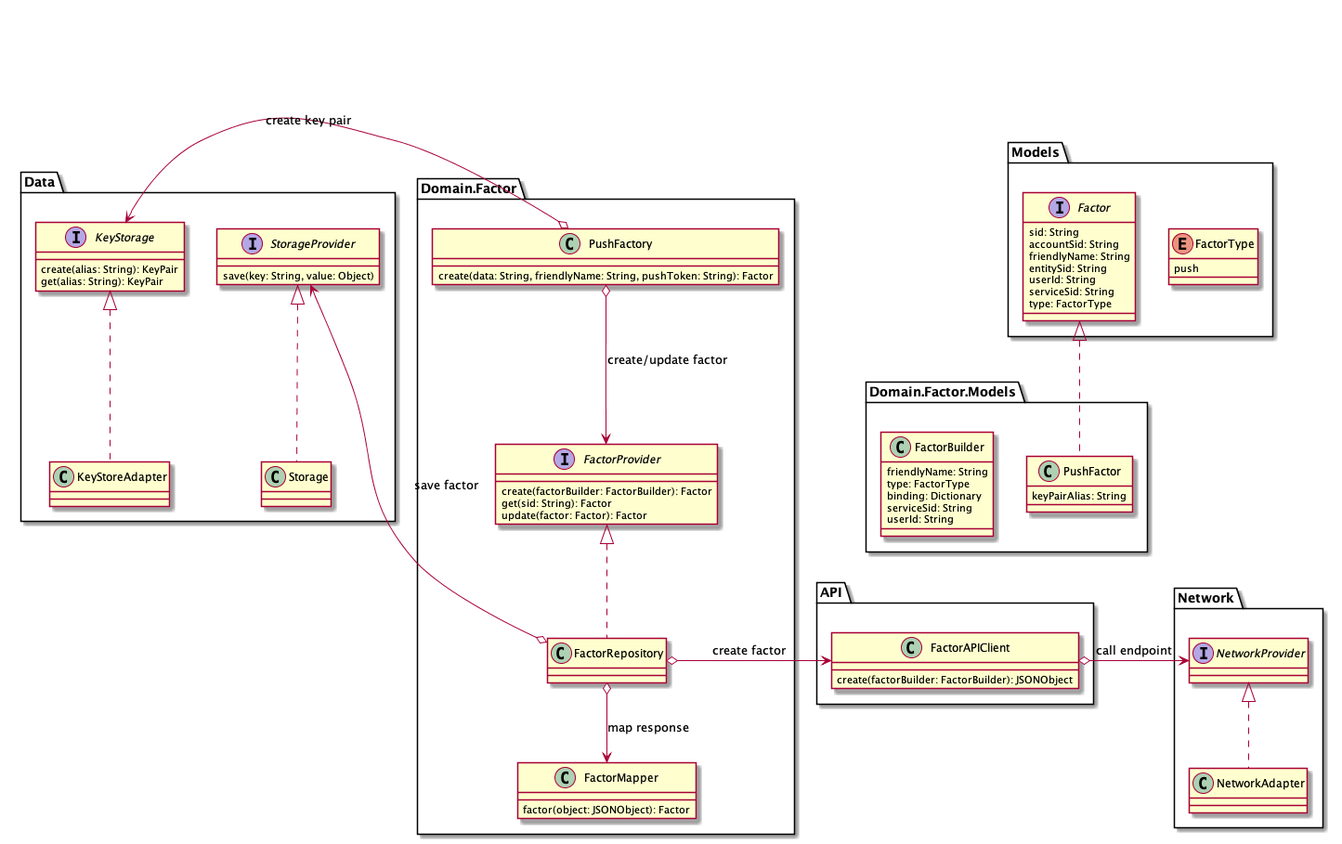
The PlantUML diagram diagrams/CreatePushFactor/Create push factor.png in twilio/twilio-verify-android, before a commit.
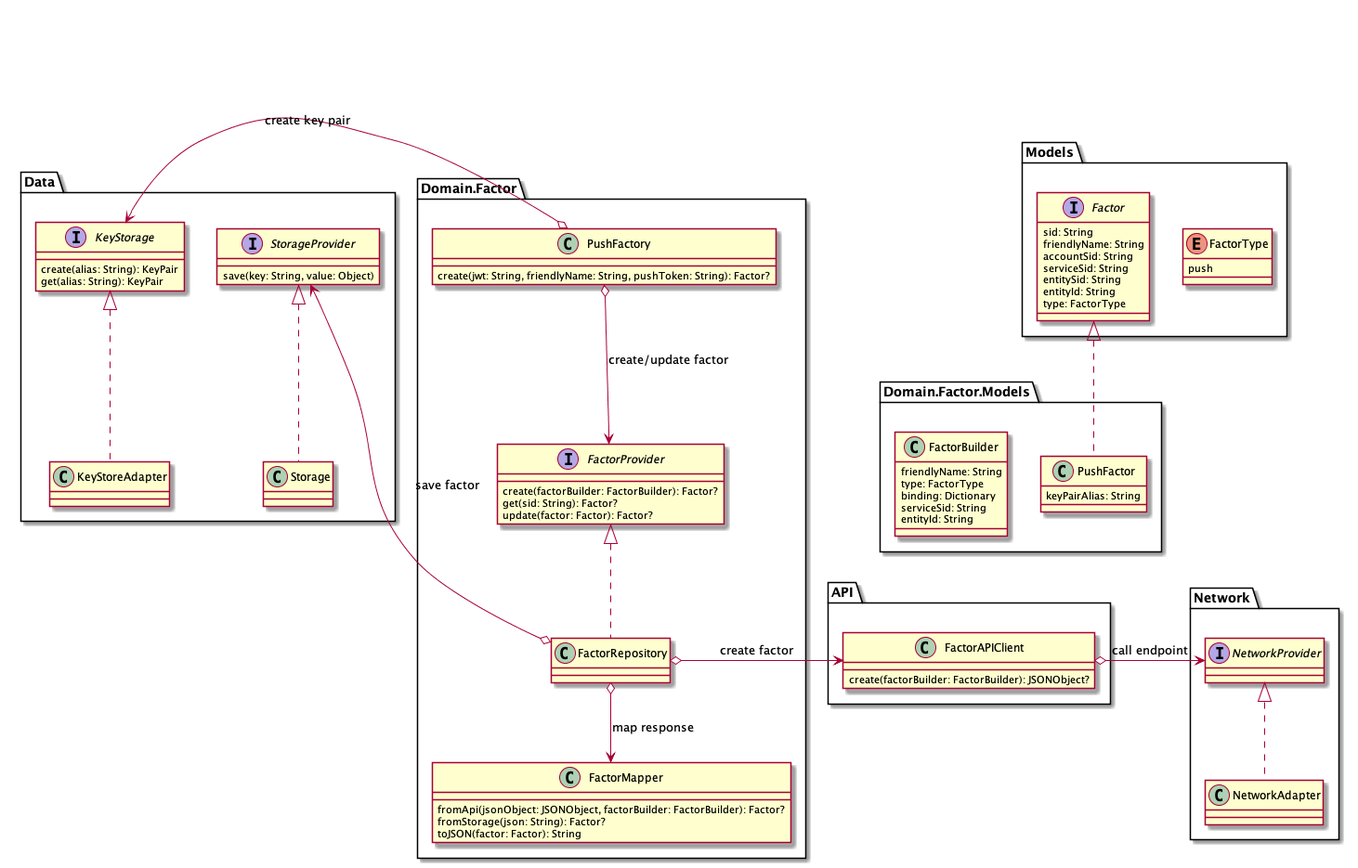
The same diagram one commit later.

Commit message:
ACCSEC-16418 Create factor mapper (#7)

Change to the diagram source:
```diff
@@ -4,11 +4,11 @@
 }
 interface Models.Factor {
     sid: String
+    friendlyName: String
     accountSid: String
-    friendlyName: String
+    serviceSid: String
     entitySid: String
-    userId: String
-    serviceSid: String
+    entityId: String
     type: FactorType
 }
 class Domain.Factor.Models.PushFactor implements Models.Factor {
@@ -19,13 +19,15 @@
     type: FactorType
     binding: Dictionary
     serviceSid: String
-    userId: String
+    entityId: String
 }
 class Domain.Factor.FactorMapper {
-    factor(object: JSONObject): Factor
+    fromApi(jsonObject: JSONObject, factorBuilder: FactorBuilder): Factor?
+    fromStorage(json: String): Factor?
+    toJSON(factor: Factor): String
 }
 class API.FactorAPIClient {
-    create(factorBuilder: FactorBuilder): JSONObject
+    create(factorBuilder: FactorBuilder): JSONObject?
 }
 class Network.NetworkAdapter implements Network.NetworkProvider {
 
@@ -44,15 +46,15 @@
 
 }
 interface Domain.Factor.FactorProvider {
-    create(factorBuilder: FactorBuilder): Factor
-    get(sid: String): Factor
-    update(factor: Factor): Factor
+    create(factorBuilder: FactorBuilder): Factor?
+    get(sid: String): Factor?
+    update(factor: Factor): Factor?
 }
 class Domain.Factor.FactorRepository implements Domain.Factor.FactorProvider {
 
 }
 class Domain.Factor.PushFactory {
-    create(data: String, friendlyName: String, pushToken: String): Factor
+    create(jwt: String, friendlyName: String, pushToken: String): Factor?
 }
 Domain.Factor.PushFactory o-left-> Data.KeyStorage: create key pair
 Domain.Factor.PushFactory o--> Domain.Factor.FactorProvider: create/update factor
```
